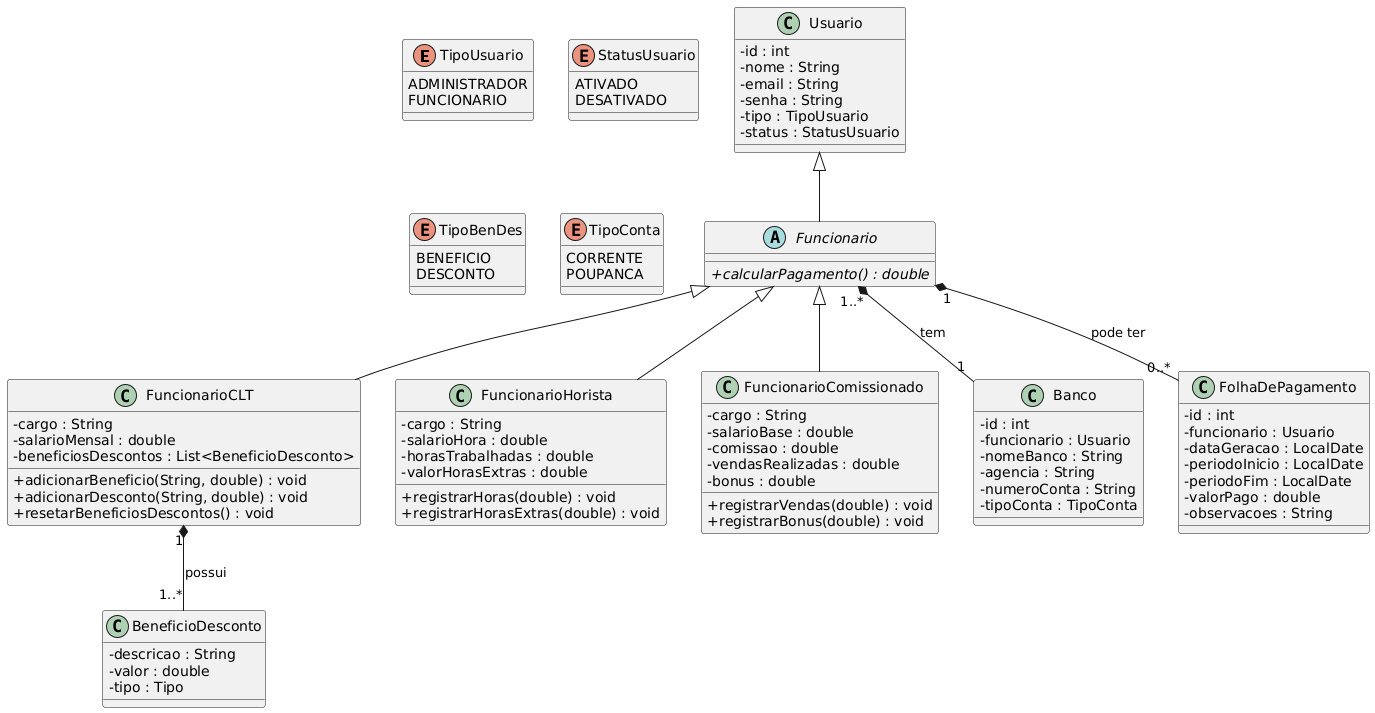
Above: PlantUML.png in ViniciusFloriano/Folha-de-Pagamento (PlantUML), before the change.
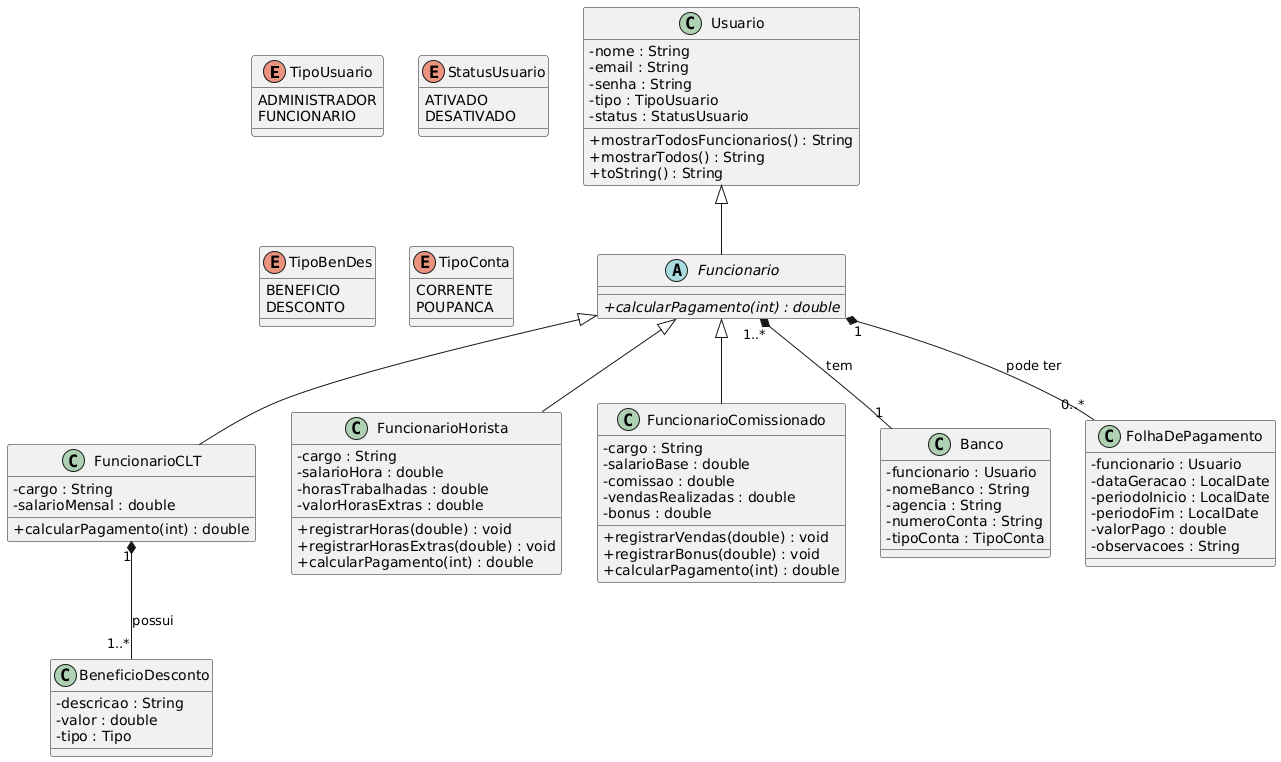
After the change.

The edit, as a diff of the source:
```diff
@@ -22,25 +22,24 @@
 }
 
 class Usuario {
-    - id : int
     - nome : String
     - email : String
     - senha : String
     - tipo : TipoUsuario
     - status : StatusUsuario
+    + mostrarTodosFuncionarios() : String
+    + mostrarTodos() : String
+    + toString() : String
 }
 
 abstract class Funcionario {
-    + {abstract} calcularPagamento() : double
+    + {abstract} calcularPagamento(int) : double
 }
 
 class FuncionarioCLT {
     - cargo : String
     - salarioMensal : double
-    - beneficiosDescontos : List<BeneficioDesconto>
-    + adicionarBeneficio(String, double) : void
-    + adicionarDesconto(String, double) : void
-    + resetarBeneficiosDescontos() : void
+    + calcularPagamento(int) : double
 }
 
 class FuncionarioHorista {
@@ -50,6 +49,7 @@
     - valorHorasExtras : double
     + registrarHoras(double) : void
     + registrarHorasExtras(double) : void
+    + calcularPagamento(int) : double
 }
 
 class FuncionarioComissionado {
@@ -60,6 +60,7 @@
     - bonus : double
     + registrarVendas(double) : void
     + registrarBonus(double) : void
+    + calcularPagamento(int) : double
 }
 
 class BeneficioDesconto {
@@ -69,7 +70,6 @@
 }
 
 class Banco {
-    - id : int
     - funcionario : Usuario
     - nomeBanco : String
     - agencia : String
@@ -78,7 +78,6 @@
 }
 
 class FolhaDePagamento {
-    - id : int
     - funcionario : Usuario
     - dataGeracao : LocalDate
     - periodoInicio : LocalDate
```
